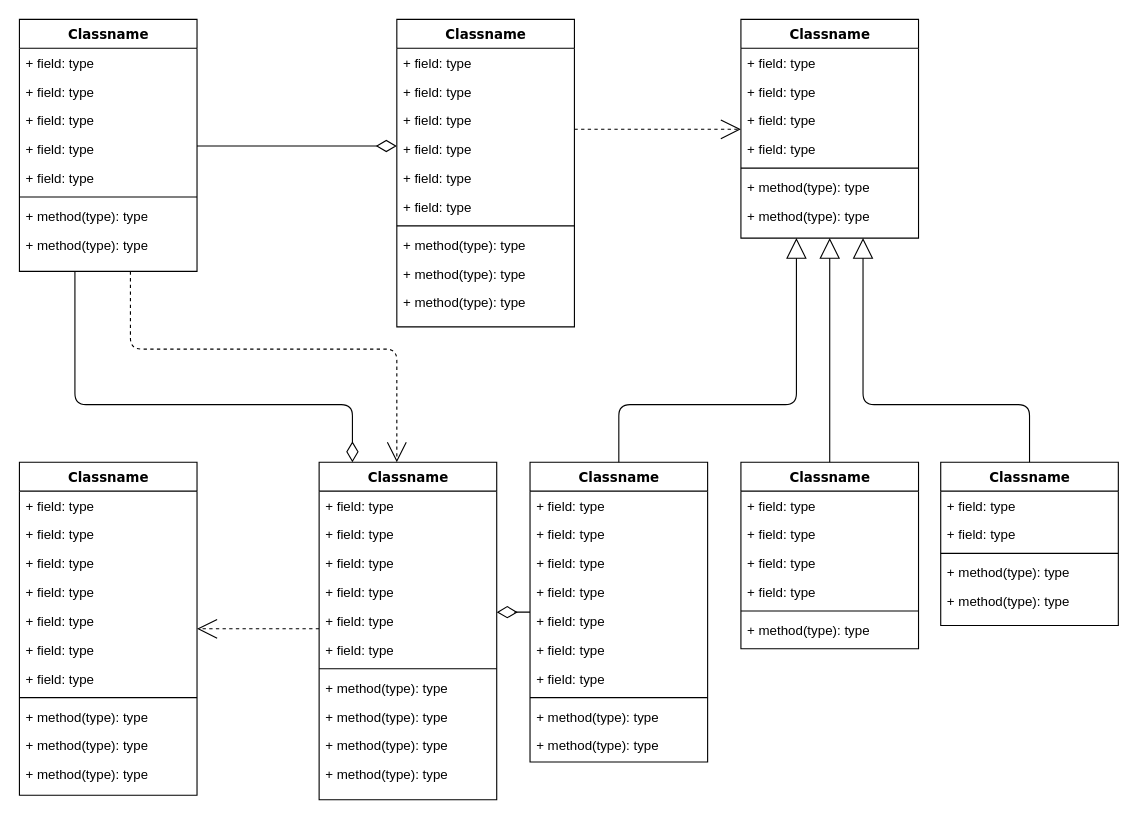
Earlier version of the draw.io diagram Диаграмма без названия.drawio (Konstantintroetsky/BeehiveManagement). Source tidied: cells renumbered, new cells numbered last; positions are measured from the earlier drawing's top-left corner, leaving out a move shared by most shapes. Both pictures are drawn from the tidied source at 111%, with x=0, y=0 at pixel (19, 19).
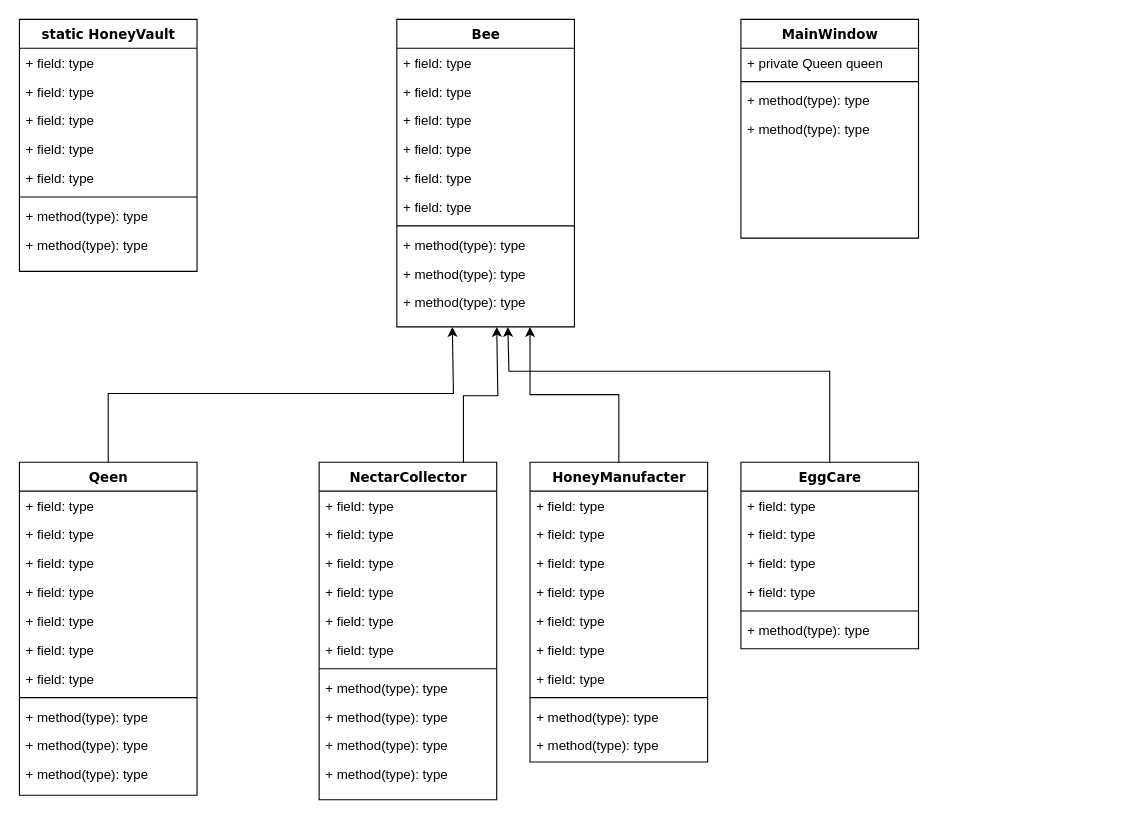
The same page after the edit.

What changed in the source:
```diff
@@
-    <mxCell id="2" style="edgeStyle=orthogonalEdgeStyle;html=1;labelBackgroundColor=none;startFill=0;startSize=8;endArrow=open;endFill=0;endSize=16;fontFamily=Verdana;fontSize=12;dashed=1;" parent="1" edge="1" source="4" target="47">
-      <mxGeometry relative="1" as="geometry">
-        <Array as="points">
-          <mxPoint x="100" y="297" />
-          <mxPoint x="340" y="297" />
-        </Array>
-      </mxGeometry>
-    </mxCell>
-    <mxCell id="3" style="edgeStyle=orthogonalEdgeStyle;html=1;labelBackgroundColor=none;startFill=0;startSize=8;endArrow=diamondThin;endFill=0;endSize=16;fontFamily=Verdana;fontSize=12;" parent="1" edge="1" source="4" target="47">
-      <mxGeometry relative="1" as="geometry">
-        <Array as="points">
-          <mxPoint x="50" y="347" />
-          <mxPoint x="300" y="347" />
-        </Array>
-      </mxGeometry>
-    </mxCell>
-    <mxCell id="4" value="Classname" style="swimlane;html=1;fontStyle=1;align=center;verticalAlign=top;horizontal=1;startSize=26;swimlaneFillColor=#ffffff;rounded=0;shadow=0;comic=0;labelBackgroundColor=none;strokeWidth=1;fillColor=none;fontFamily=Verdana;fontSize=12;" parent="1" vertex="1">
+    <mxCell id="4" value="static HoneyVault" style="swimlane;html=1;fontStyle=1;align=center;verticalAlign=top;horizontal=1;startSize=26;swimlaneFillColor=#ffffff;rounded=0;shadow=0;comic=0;labelBackgroundColor=none;strokeWidth=1;fillColor=none;fontFamily=Verdana;fontSize=12;" parent="1" vertex="1">
       <mxGeometry width="160" height="227" as="geometry" />
     </mxCell>
@@
-    <mxCell id="13" style="edgeStyle=elbowEdgeStyle;html=1;labelBackgroundColor=none;startFill=0;startSize=8;endArrow=open;endFill=0;endSize=16;fontFamily=Verdana;fontSize=12;elbow=vertical;dashed=1;" parent="1" edge="1" source="14" target="25">
-      <mxGeometry relative="1" as="geometry" />
-    </mxCell>
-    <mxCell id="14" value="Classname" style="swimlane;html=1;fontStyle=1;align=center;verticalAlign=top;horizontal=1;startSize=26;swimlaneFillColor=#ffffff;rounded=0;shadow=0;comic=0;labelBackgroundColor=none;strokeWidth=1;fillColor=none;fontFamily=Verdana;fontSize=12;" parent="1" vertex="1">
+    <mxCell id="14" value="Bee" style="swimlane;html=1;fontStyle=1;align=center;verticalAlign=top;horizontal=1;startSize=26;swimlaneFillColor=#ffffff;rounded=0;shadow=0;comic=0;labelBackgroundColor=none;strokeWidth=1;fillColor=none;fontFamily=Verdana;fontSize=12;" parent="1" vertex="1">
       <mxGeometry x="340" width="160" height="277" as="geometry" />
     </mxCell>
@@
-    <mxCell id="25" value="Classname" style="swimlane;html=1;fontStyle=1;align=center;verticalAlign=top;horizontal=1;startSize=26;swimlaneFillColor=#ffffff;rounded=0;shadow=0;comic=0;labelBackgroundColor=none;strokeWidth=1;fillColor=none;fontFamily=Verdana;fontSize=12;" parent="1" vertex="1">
+    <mxCell id="25" value="MainWindow" style="swimlane;html=1;fontStyle=1;align=center;verticalAlign=top;horizontal=1;startSize=26;swimlaneFillColor=#ffffff;rounded=0;shadow=0;comic=0;labelBackgroundColor=none;strokeWidth=1;fillColor=none;fontFamily=Verdana;fontSize=12;" parent="1" vertex="1">
       <mxGeometry x="650" width="160" height="197" as="geometry" />
     </mxCell>
-    <mxCell id="26" value="+ field: type" style="text;html=1;strokeColor=none;fillColor=none;align=left;verticalAlign=top;spacingLeft=4;spacingRight=4;whiteSpace=wrap;overflow=hidden;" parent="25" vertex="1">
+    <mxCell id="26" value="+ private Queen queen" style="text;html=1;strokeColor=none;fillColor=none;align=left;verticalAlign=top;spacingLeft=4;spacingRight=4;whiteSpace=wrap;overflow=hidden;" parent="25" vertex="1">
       <mxGeometry y="26" width="160" height="26" as="geometry" />
     </mxCell>
-    <mxCell id="27" value="+ field: type" style="text;html=1;strokeColor=none;fillColor=none;align=left;verticalAlign=top;spacingLeft=4;spacingRight=4;whiteSpace=wrap;overflow=hidden;" parent="25" vertex="1">
-      <mxGeometry y="52" width="160" height="26" as="geometry" />
-    </mxCell>
-    <mxCell id="28" value="+ field: type" style="text;html=1;strokeColor=none;fillColor=none;align=left;verticalAlign=top;spacingLeft=4;spacingRight=4;whiteSpace=wrap;overflow=hidden;" parent="25" vertex="1">
-      <mxGeometry y="78" width="160" height="26" as="geometry" />
-    </mxCell>
-    <mxCell id="29" value="+ field: type" style="text;html=1;strokeColor=none;fillColor=none;align=left;verticalAlign=top;spacingLeft=4;spacingRight=4;whiteSpace=wrap;overflow=hidden;" parent="25" vertex="1">
-      <mxGeometry y="104" width="160" height="26" as="geometry" />
-    </mxCell>
     <mxCell id="30" style="line;html=1;strokeWidth=1;fillColor=none;align=left;verticalAlign=middle;spacingTop=-1;spacingLeft=3;spacingRight=3;labelPosition=right;" parent="25" vertex="1">
-      <mxGeometry y="130" width="160" height="8" as="geometry" />
+      <mxGeometry y="52" width="160" height="8" as="geometry" />
     </mxCell>
     <mxCell id="31" value="+ method(type): type" style="text;html=1;strokeColor=none;fillColor=none;align=left;verticalAlign=top;spacingLeft=4;spacingRight=4;whiteSpace=wrap;overflow=hidden;" parent="25" vertex="1">
-      <mxGeometry y="138" width="160" height="26" as="geometry" />
+      <mxGeometry y="60" width="160" height="26" as="geometry" />
     </mxCell>
     <mxCell id="32" value="+ method(type): type" style="text;html=1;strokeColor=none;fillColor=none;align=left;verticalAlign=top;spacingLeft=4;spacingRight=4;whiteSpace=wrap;overflow=hidden;" parent="25" vertex="1">
-      <mxGeometry y="164" width="160" height="26" as="geometry" />
+      <mxGeometry y="86" width="160" height="26" as="geometry" />
     </mxCell>
-    <mxCell id="33" style="edgeStyle=elbowEdgeStyle;html=1;labelBackgroundColor=none;startFill=0;startSize=8;endArrow=open;endFill=0;endSize=16;fontFamily=Verdana;fontSize=12;elbow=vertical;dashed=1;" parent="1" edge="1" source="47" target="34">
-      <mxGeometry relative="1" as="geometry" />
-    </mxCell>
+    <mxCell id="87" style="edgeStyle=orthogonalEdgeStyle;rounded=0;jettySize=auto;html=1;" parent="1" edge="1" source="34">
+      <mxGeometry relative="1" as="geometry">
+        <mxPoint x="390" y="277" as="targetPoint" />
+        <Array as="points">
+          <mxPoint x="80" y="337" />
+          <mxPoint x="391" y="337" />
+        </Array>
+      </mxGeometry>
+    </mxCell>
-    <mxCell id="34" value="Classname" style="swimlane;html=1;fontStyle=1;align=center;verticalAlign=top;horizontal=1;startSize=26;swimlaneFillColor=#ffffff;rounded=0;shadow=0;comic=0;labelBackgroundColor=none;strokeWidth=1;fillColor=none;fontFamily=Verdana;fontSize=12;" parent="1" vertex="1">
+    <mxCell id="34" value="Qeen" style="swimlane;html=1;fontStyle=1;align=center;verticalAlign=top;horizontal=1;startSize=26;swimlaneFillColor=#ffffff;rounded=0;shadow=0;comic=0;labelBackgroundColor=none;strokeWidth=1;fillColor=none;fontFamily=Verdana;fontSize=12;" parent="1" vertex="1">
       <mxGeometry y="399" width="160" height="300" as="geometry" />
     </mxCell>
@@
-    <mxCell id="46" style="edgeStyle=elbowEdgeStyle;html=1;labelBackgroundColor=none;startFill=0;startSize=8;endArrow=diamondThin;endFill=0;endSize=16;fontFamily=Verdana;fontSize=12;elbow=vertical;" parent="1" edge="1" source="60" target="47">
-      <mxGeometry relative="1" as="geometry" />
-    </mxCell>
+    <mxCell id="88" style="edgeStyle=orthogonalEdgeStyle;rounded=0;jettySize=auto;html=1;" parent="1" edge="1" source="47">
+      <mxGeometry relative="1" as="geometry">
+        <mxPoint x="430" y="277" as="targetPoint" />
+        <Array as="points">
+          <mxPoint x="400" y="339" />
+          <mxPoint x="431" y="339" />
+        </Array>
+      </mxGeometry>
+    </mxCell>
-    <mxCell id="47" value="Classname" style="swimlane;html=1;fontStyle=1;align=center;verticalAlign=top;horizontal=1;startSize=26;swimlaneFillColor=#ffffff;rounded=0;shadow=0;comic=0;labelBackgroundColor=none;strokeWidth=1;fillColor=none;fontFamily=Verdana;fontSize=12;" parent="1" vertex="1">
+    <mxCell id="47" value="NectarCollector" style="swimlane;html=1;fontStyle=1;align=center;verticalAlign=top;horizontal=1;startSize=26;swimlaneFillColor=#ffffff;rounded=0;shadow=0;comic=0;labelBackgroundColor=none;strokeWidth=1;fillColor=none;fontFamily=Verdana;fontSize=12;" parent="1" vertex="1">
       <mxGeometry x="270" y="399" width="160" height="304" as="geometry" />
     </mxCell>
@@
-    <mxCell id="59" style="edgeStyle=orthogonalEdgeStyle;html=1;labelBackgroundColor=none;startFill=0;startSize=8;endArrow=block;endFill=0;endSize=16;fontFamily=Verdana;fontSize=12;" parent="1" edge="1" source="60" target="25">
-      <mxGeometry relative="1" as="geometry">
-        <Array as="points">
-          <mxPoint x="540" y="347" />
-          <mxPoint x="700" y="347" />
-        </Array>
-      </mxGeometry>
-    </mxCell>
+    <mxCell id="89" style="edgeStyle=orthogonalEdgeStyle;rounded=0;jettySize=auto;html=1;entryX=0.75;entryY=1;entryDx=0;entryDy=0;" parent="1" edge="1" source="60" target="14">
+      <mxGeometry relative="1" as="geometry" />
+    </mxCell>
-    <mxCell id="60" value="Classname" style="swimlane;html=1;fontStyle=1;align=center;verticalAlign=top;horizontal=1;startSize=26;swimlaneFillColor=#ffffff;rounded=0;shadow=0;comic=0;labelBackgroundColor=none;strokeWidth=1;fillColor=none;fontFamily=Verdana;fontSize=12;" parent="1" vertex="1">
+    <mxCell id="60" value="HoneyManufacter" style="swimlane;html=1;fontStyle=1;align=center;verticalAlign=top;horizontal=1;startSize=26;swimlaneFillColor=#ffffff;rounded=0;shadow=0;comic=0;labelBackgroundColor=none;strokeWidth=1;fillColor=none;fontFamily=Verdana;fontSize=12;" parent="1" vertex="1">
       <mxGeometry x="460" y="399" width="160" height="270" as="geometry" />
     </mxCell>
@@
-    <mxCell id="71" style="edgeStyle=orthogonalEdgeStyle;html=1;labelBackgroundColor=none;startFill=0;startSize=8;endArrow=block;endFill=0;endSize=16;fontFamily=Verdana;fontSize=12;" parent="1" edge="1" source="72" target="25">
-      <mxGeometry relative="1" as="geometry" />
-    </mxCell>
+    <mxCell id="90" style="edgeStyle=orthogonalEdgeStyle;rounded=0;jettySize=auto;html=1;" parent="1" edge="1" source="72">
+      <mxGeometry relative="1" as="geometry">
+        <mxPoint x="440" y="277" as="targetPoint" />
+        <Array as="points">
+          <mxPoint x="730" y="317" />
+          <mxPoint x="441" y="317" />
+        </Array>
+      </mxGeometry>
+    </mxCell>
-    <mxCell id="72" value="Classname" style="swimlane;html=1;fontStyle=1;align=center;verticalAlign=top;horizontal=1;startSize=26;swimlaneFillColor=#ffffff;rounded=0;shadow=0;comic=0;labelBackgroundColor=none;strokeWidth=1;fillColor=none;fontFamily=Verdana;fontSize=12;" parent="1" vertex="1">
+    <mxCell id="72" value="EggCare" style="swimlane;html=1;fontStyle=1;align=center;verticalAlign=top;horizontal=1;startSize=26;swimlaneFillColor=#ffffff;rounded=0;shadow=0;comic=0;labelBackgroundColor=none;strokeWidth=1;fillColor=none;fontFamily=Verdana;fontSize=12;" parent="1" vertex="1">
       <mxGeometry x="650" y="399" width="160" height="168" as="geometry" />
     </mxCell>
@@
-    <mxCell id="79" style="edgeStyle=orthogonalEdgeStyle;html=1;labelBackgroundColor=none;startFill=0;startSize=8;endArrow=block;endFill=0;endSize=16;fontFamily=Verdana;fontSize=12;" parent="1" edge="1" source="80" target="25">
-      <mxGeometry relative="1" as="geometry">
-        <Array as="points">
-          <mxPoint x="910" y="347" />
-          <mxPoint x="760" y="347" />
-        </Array>
-      </mxGeometry>
-    </mxCell>
-    <mxCell id="80" value="Classname" style="swimlane;html=1;fontStyle=1;align=center;verticalAlign=top;horizontal=1;startSize=26;swimlaneFillColor=#ffffff;rounded=0;shadow=0;comic=0;labelBackgroundColor=none;strokeWidth=1;fillColor=none;fontFamily=Verdana;fontSize=12;" parent="1" vertex="1">
-      <mxGeometry x="830" y="399" width="160" height="147" as="geometry" />
-    </mxCell>
-    <mxCell id="81" value="+ field: type" style="text;html=1;strokeColor=none;fillColor=none;align=left;verticalAlign=top;spacingLeft=4;spacingRight=4;whiteSpace=wrap;overflow=hidden;" parent="80" vertex="1">
-      <mxGeometry y="26" width="160" height="26" as="geometry" />
-    </mxCell>
-    <mxCell id="82" value="+ field: type" style="text;html=1;strokeColor=none;fillColor=none;align=left;verticalAlign=top;spacingLeft=4;spacingRight=4;whiteSpace=wrap;overflow=hidden;" parent="80" vertex="1">
-      <mxGeometry y="52" width="160" height="26" as="geometry" />
-    </mxCell>
-    <mxCell id="83" style="line;html=1;strokeWidth=1;fillColor=none;align=left;verticalAlign=middle;spacingTop=-1;spacingLeft=3;spacingRight=3;labelPosition=right;" parent="80" vertex="1">
-      <mxGeometry y="78" width="160" height="8" as="geometry" />
-    </mxCell>
-    <mxCell id="84" value="+ method(type): type" style="text;html=1;strokeColor=none;fillColor=none;align=left;verticalAlign=top;spacingLeft=4;spacingRight=4;whiteSpace=wrap;overflow=hidden;" parent="80" vertex="1">
-      <mxGeometry y="86" width="160" height="26" as="geometry" />
-    </mxCell>
-    <mxCell id="85" value="+ method(type): type" style="text;html=1;strokeColor=none;fillColor=none;align=left;verticalAlign=top;spacingLeft=4;spacingRight=4;whiteSpace=wrap;overflow=hidden;" parent="80" vertex="1">
-      <mxGeometry y="112" width="160" height="26" as="geometry" />
-    </mxCell>
-    <mxCell id="86" style="edgeStyle=elbowEdgeStyle;html=1;labelBackgroundColor=none;startFill=0;startSize=8;endArrow=diamondThin;endFill=0;endSize=16;fontFamily=Verdana;fontSize=12;elbow=vertical;" parent="1" edge="1" source="4" target="14">
-      <mxGeometry relative="1" as="geometry" />
-    </mxCell>
```
